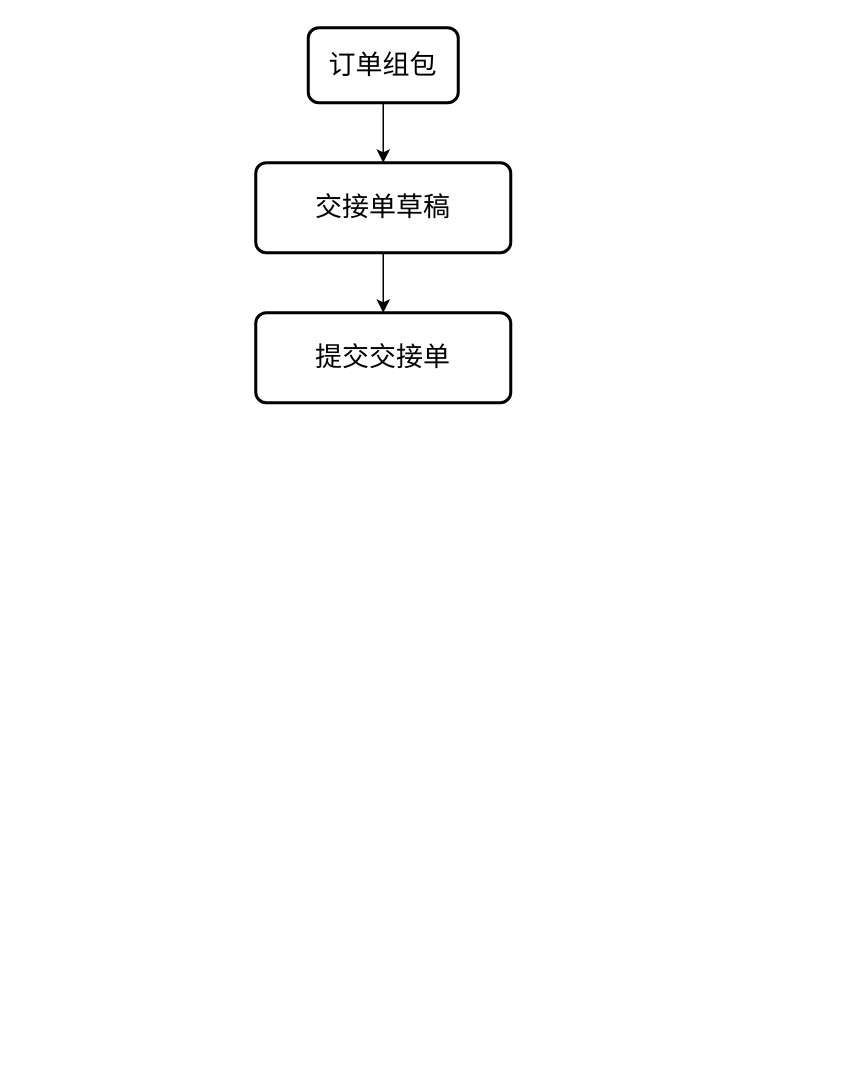
GitHeP/diagrams keeps this draw.io diagram as longpean/OMS-交接单.drawio. Above is the earlier version. Source tidied: cells renumbered, new cells numbered last; positions are measured from the earlier drawing's top-left corner, leaving out a move shared by most shapes. Both pictures are drawn from the tidied source at 150%, with x=0, y=0 at pixel (255, 27).
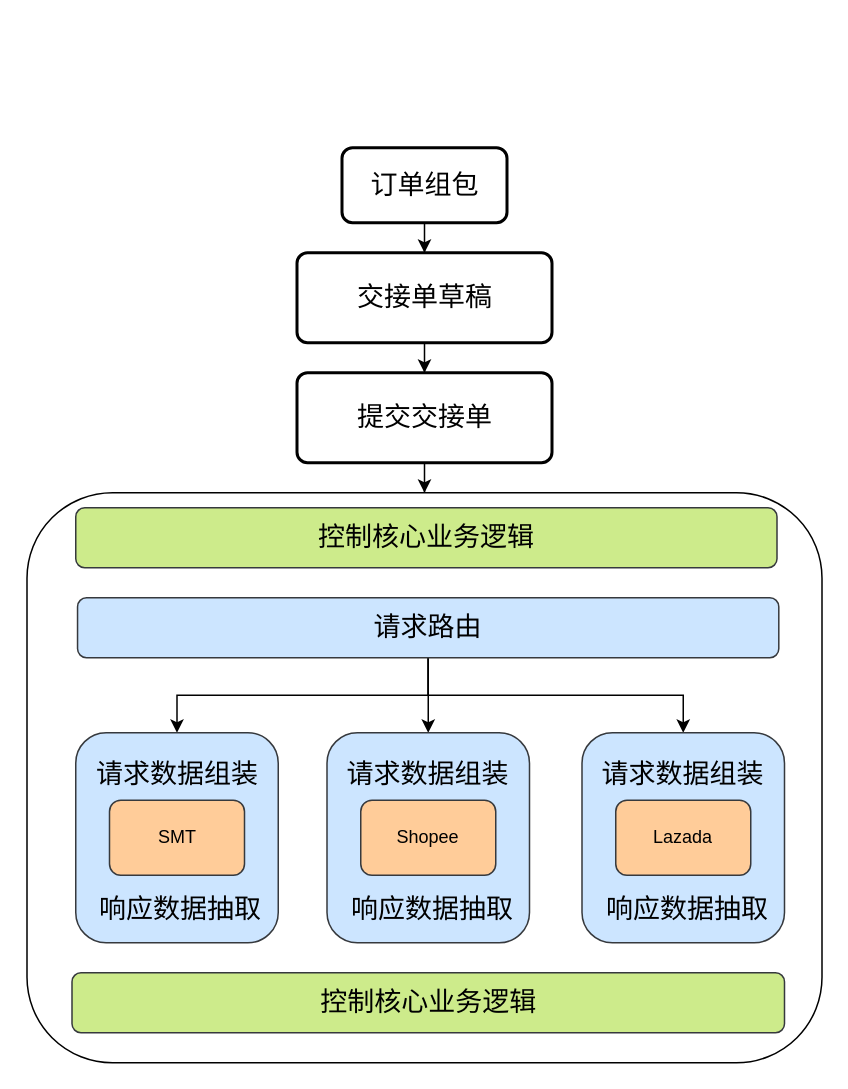
The same diagram, later.

Commit message:
更新OMS-交接单.drawio

Change to the diagram source:
```diff
@@
     <mxCell id="3" value="&lt;font style=&quot;font-size: 18px;&quot;&gt;订单组包&lt;/font&gt;" style="rounded=1;whiteSpace=wrap;html=1;absoluteArcSize=1;arcSize=14;strokeWidth=2;" parent="1" vertex="1">
-      <mxGeometry x="35" width="100" height="50" as="geometry" />
+      <mxGeometry x="57.5" y="80" width="110" height="50" as="geometry" />
     </mxCell>
@@
     <mxCell id="5" value="&lt;font style=&quot;font-size: 18px;&quot;&gt;交接单草稿&lt;/font&gt;" style="rounded=1;whiteSpace=wrap;html=1;absoluteArcSize=1;arcSize=14;strokeWidth=2;" parent="1" vertex="1">
-      <mxGeometry y="90" width="170" height="60" as="geometry" />
+      <mxGeometry x="27.5" y="150" width="170" height="60" as="geometry" />
     </mxCell>
+    <mxCell id="7" style="edgeStyle=orthogonalEdgeStyle;rounded=0;jettySize=auto;html=1;" parent="1" edge="1" source="6" target="8">
+      <mxGeometry relative="1" as="geometry" />
+    </mxCell>
     <mxCell id="6" value="&lt;font style=&quot;font-size: 18px;&quot;&gt;提交交接单&lt;/font&gt;" style="rounded=1;whiteSpace=wrap;html=1;absoluteArcSize=1;arcSize=14;strokeWidth=2;" parent="1" vertex="1">
-      <mxGeometry y="190" width="170" height="60" as="geometry" />
+      <mxGeometry x="27.5" y="230" width="170" height="60" as="geometry" />
     </mxCell>
+    <mxCell id="8" style="rounded=1;whiteSpace=wrap;html=1;" parent="1" vertex="1">
+      <mxGeometry x="-152.5" y="310" width="530" height="380" as="geometry" />
+    </mxCell>
+    <mxCell id="9" value="&lt;font style=&quot;font-size: 18px;&quot;&gt;控制核心业务逻辑&lt;/font&gt;" style="rounded=1;whiteSpace=wrap;html=1;fillColor=#cdeb8b;strokeColor=#36393d;" parent="1" vertex="1">
+      <mxGeometry x="-120" y="320" width="467.5" height="40" as="geometry" />
+    </mxCell>
+    <mxCell id="10" style="edgeStyle=orthogonalEdgeStyle;rounded=0;jettySize=auto;html=1;" parent="1" edge="1" source="13" target="15">
+      <mxGeometry relative="1" as="geometry" />
+    </mxCell>
+    <mxCell id="11" style="edgeStyle=orthogonalEdgeStyle;rounded=0;jettySize=auto;html=1;entryX=0.5;entryY=0;entryDx=0;entryDy=0;" parent="1" edge="1" source="13" target="19">
+      <mxGeometry relative="1" as="geometry" />
+    </mxCell>
+    <mxCell id="12" style="edgeStyle=orthogonalEdgeStyle;rounded=0;jettySize=auto;html=1;entryX=0.5;entryY=0;entryDx=0;entryDy=0;" parent="1" edge="1" source="13" target="23">
+      <mxGeometry relative="1" as="geometry" />
+    </mxCell>
+    <mxCell id="13" value="&lt;font style=&quot;font-size: 18px;&quot;&gt;请求路由&lt;/font&gt;" style="rounded=1;whiteSpace=wrap;html=1;fillColor=#cce5ff;strokeColor=#36393d;" parent="1" vertex="1">
+      <mxGeometry x="-118.8" y="380" width="467.5" height="40" as="geometry" />
+    </mxCell>
+    <mxCell id="14" value="&lt;font style=&quot;font-size: 18px;&quot;&gt;控制核心业务逻辑&lt;/font&gt;" style="rounded=1;whiteSpace=wrap;html=1;fillColor=#cdeb8b;strokeColor=#36393d;" parent="1" vertex="1">
+      <mxGeometry x="-122.5" y="630" width="475" height="40" as="geometry" />
+    </mxCell>
+    <mxCell id="15" style="rounded=1;whiteSpace=wrap;html=1;fillColor=#cce5ff;strokeColor=#36393d;" parent="1" vertex="1">
+      <mxGeometry x="-120" y="470" width="135" height="140" as="geometry" />
+    </mxCell>
+    <mxCell id="16" value="SMT" style="rounded=1;whiteSpace=wrap;html=1;fillColor=#ffcc99;strokeColor=#36393d;" parent="1" vertex="1">
+      <mxGeometry x="-97.5" y="515" width="90" height="50" as="geometry" />
+    </mxCell>
+    <mxCell id="17" value="&lt;font style=&quot;font-size: 18px;&quot;&gt;请求数据组装&lt;/font&gt;" style="text;html=1;strokeColor=none;fillColor=none;align=center;verticalAlign=middle;whiteSpace=wrap;rounded=0;" parent="1" vertex="1">
+      <mxGeometry x="-107.5" y="485" width="110" height="25" as="geometry" />
+    </mxCell>
+    <mxCell id="18" value="&lt;font style=&quot;font-size: 18px;&quot;&gt;响应数据抽取&lt;/font&gt;" style="text;html=1;strokeColor=none;fillColor=none;align=center;verticalAlign=middle;whiteSpace=wrap;rounded=0;" parent="1" vertex="1">
+      <mxGeometry x="-105" y="575" width="110" height="25" as="geometry" />
+    </mxCell>
+    <mxCell id="19" style="rounded=1;whiteSpace=wrap;html=1;fillColor=#cce5ff;strokeColor=#36393d;" parent="1" vertex="1">
+      <mxGeometry x="47.5" y="470" width="135" height="140" as="geometry" />
+    </mxCell>
+    <mxCell id="20" value="Shopee" style="rounded=1;whiteSpace=wrap;html=1;fillColor=#ffcc99;strokeColor=#36393d;" parent="1" vertex="1">
+      <mxGeometry x="70" y="515" width="90" height="50" as="geometry" />
+    </mxCell>
+    <mxCell id="21" value="&lt;font style=&quot;font-size: 18px;&quot;&gt;请求数据组装&lt;/font&gt;" style="text;html=1;strokeColor=none;fillColor=none;align=center;verticalAlign=middle;whiteSpace=wrap;rounded=0;" parent="1" vertex="1">
+      <mxGeometry x="60" y="485" width="110" height="25" as="geometry" />
+    </mxCell>
+    <mxCell id="22" value="&lt;font style=&quot;font-size: 18px;&quot;&gt;响应数据抽取&lt;/font&gt;" style="text;html=1;strokeColor=none;fillColor=none;align=center;verticalAlign=middle;whiteSpace=wrap;rounded=0;" parent="1" vertex="1">
+      <mxGeometry x="62.5" y="575" width="110" height="25" as="geometry" />
+    </mxCell>
+    <mxCell id="23" style="rounded=1;whiteSpace=wrap;html=1;fillColor=#cce5ff;strokeColor=#36393d;" parent="1" vertex="1">
+      <mxGeometry x="217.5" y="470" width="135" height="140" as="geometry" />
+    </mxCell>
+    <mxCell id="24" value="Lazada" style="rounded=1;whiteSpace=wrap;html=1;fillColor=#ffcc99;strokeColor=#36393d;" parent="1" vertex="1">
+      <mxGeometry x="240" y="515" width="90" height="50" as="geometry" />
+    </mxCell>
+    <mxCell id="25" value="&lt;font style=&quot;font-size: 18px;&quot;&gt;请求数据组装&lt;/font&gt;" style="text;html=1;strokeColor=none;fillColor=none;align=center;verticalAlign=middle;whiteSpace=wrap;rounded=0;" parent="1" vertex="1">
+      <mxGeometry x="230" y="485" width="110" height="25" as="geometry" />
+    </mxCell>
+    <mxCell id="26" value="&lt;font style=&quot;font-size: 18px;&quot;&gt;响应数据抽取&lt;/font&gt;" style="text;html=1;strokeColor=none;fillColor=none;align=center;verticalAlign=middle;whiteSpace=wrap;rounded=0;" parent="1" vertex="1">
+      <mxGeometry x="232.5" y="575" width="110" height="25" as="geometry" />
+    </mxCell>
```
